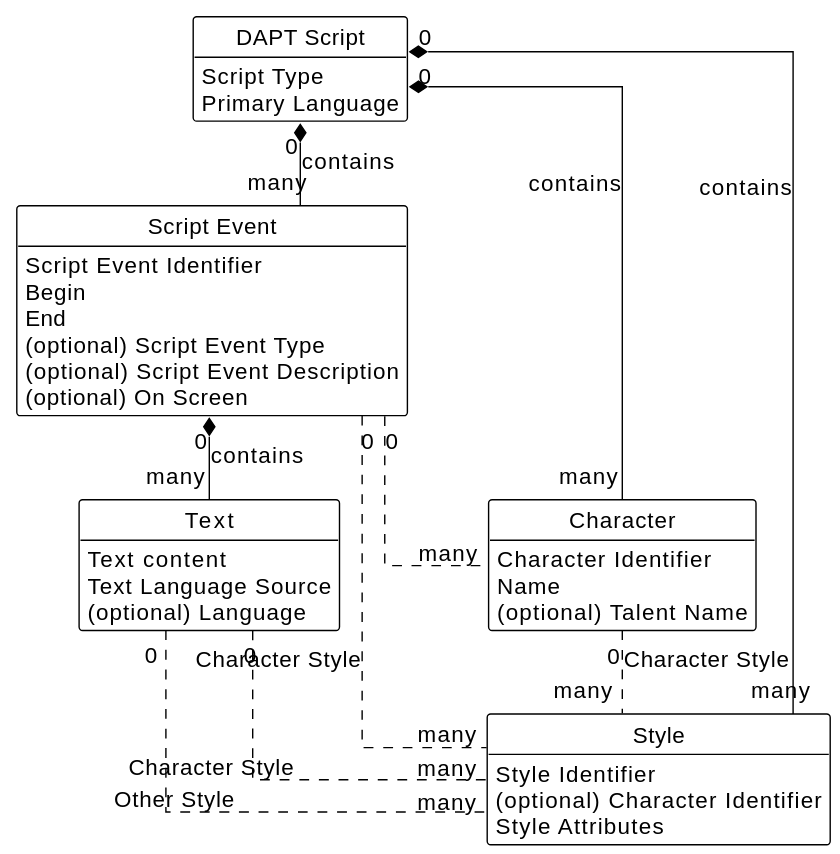
Earlier version of the PlantUML export figures/class-diagram.svg (w3c/dapt).
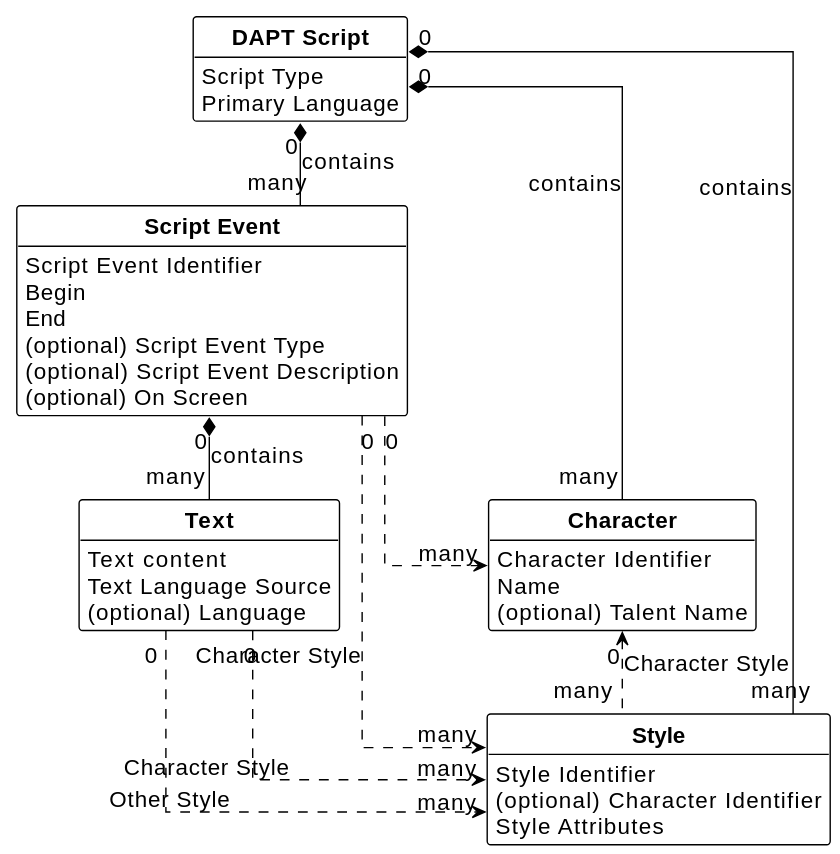
Above is the later version.

Commit message:
Make class headers bold

Change to the diagram source:
```diff
@@ -5,12 +5,12 @@
 skinparam DefaultFontSize 16
 
 together {
-    Class "DAPT Script" [[#dapt-script]] {
+    Class "<b>DAPT Script</b>" [[#dapt-script]] {
         Script Type [[[#script-type]]]
         Primary Language [[[#primary-language]]]
     }
 
-    Class "Script Event" [[#script-event]] {
+    Class "<b>Script Event</b>" [[#script-event]] {
         Script Event Identifier [[[#dfn-script-event-identifier]]]
         Begin [[[#dfn-begin]]]
         End [[[#dfn-end]]]
@@ -19,7 +19,7 @@
         {field} (optional) On Screen [[[#on-screen]]]
     }
 
-    Class "Text" [[#text]] {
+    Class "<b>Text</b>" [[#text]] {
         Text content [[[#dfn-text]]]
         Text Language Source [[[#text-language-source]]]
         {field} (optional) Language
@@ -27,28 +27,28 @@
 }
 
 together {
-    Class "Character" [[#character]] {
+    Class "<b>Character</b>" [[#character]] {
         Character Identifier [[[#dfn-character-identifier]]]
         Name [[[#dfn-character-name]]]
         {field} (optional) Talent Name [[[#dfn-character-talent-name]]]
     }
 
-    Class "Style" {
+    Class "<b>Style</b>" {
         Style Identifier
         {field} (optional) Character Identifier [[[#dfn-character-identifier]]]
         Style Attributes
     }
 }
 
-"DAPT Script" "0" *-- "many" "Script Event" : contains
-"DAPT Script" "0" *-- "many" "Character" : contains
-"DAPT Script" "0" *-- "many" "Style" : contains
-"Character" "0" .. "many" "Style" [[#dfn-character-style]] : Character Style
-"Script Event" "0" .. "many" "Style" [[#dfn-character-style]] : Character Style
-"Text" "0" .. "many" "Style" [[#dfn-character-style]] : Character Style
-"Text" "0" .. "many" "Style" : Other Style
-"Script Event" "0" *-- "many" "Text" : contains
-"Script Event" "0" .. "many" "Character"
+"<b>DAPT Script</b>" "0" *-- "many" "<b>Script Event</b>" : contains
+"<b>DAPT Script</b>" "0" *-- "many" "<b>Character</b>" : contains
+"<b>DAPT Script</b>" "0" *-- "many" "<b>Style</b>" : contains
+"<b>Character</b>" "0" <.. "many" "<b>Style</b>" [[#dfn-character-style]] : Character Style
+"<b>Script Event</b>" "0" ..> "many" "<b>Style</b>" [[#dfn-character-style]] : Character Style
+"<b>Text</b>" "0" ..> "many" "<b>Style</b>" [[#dfn-character-style]] : Character Style
+"<b>Text</b>" "0" ..> "many" "<b>Style</b>" : Other Style
+"<b>Script Event</b>" "0" *-- "many" "<b>Text</b>" : contains
+"<b>Script Event</b>" "0" ..> "many" "<b>Character</b>"
 
 hide empty members
 hide circle
```
